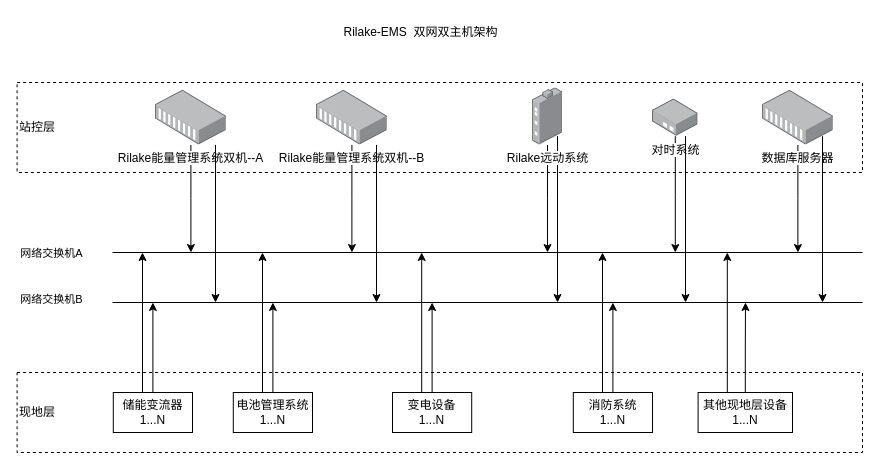
Before: page "第 1 页" (1 of 2) of ems.drawio in 4yu/funeng, a draw.io diagram. Source tidied: cells renumbered, new cells numbered last; positions are measured from the earlier drawing's top-left corner, leaving out a move shared by most shapes. Both pictures are drawn from the tidied source at 100%, with x=0, y=0 at pixel (17, 17).
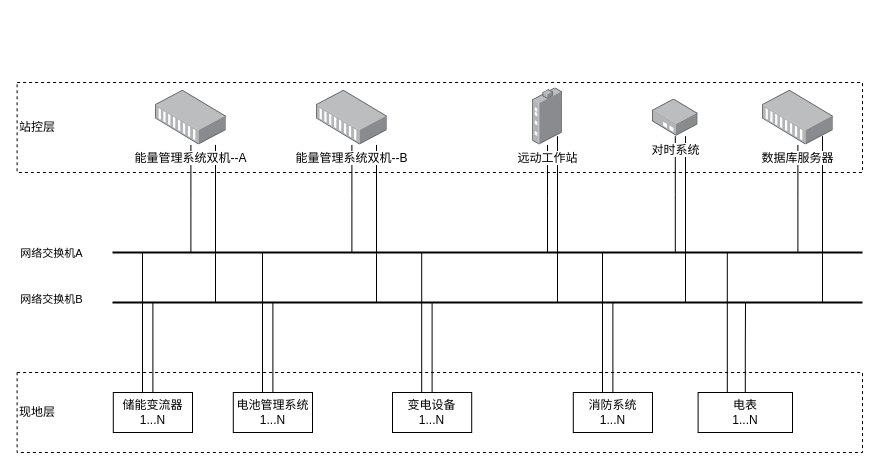
Above is the later version.

Unchanged cells that the change refers to:
```xml
<mxCell id="24" value="储能变流器1...N" style="rounded=0;whiteSpace=wrap;html=1;" parent="1" vertex="1">
  <mxGeometry x="95.8" y="375" width="79.2" height="40" as="geometry" />
</mxCell>
<mxCell id="27" value="电池管理系统1...N" style="rounded=0;whiteSpace=wrap;html=1;" parent="1" vertex="1">
  <mxGeometry x="215.8" y="375" width="79.2" height="40" as="geometry" />
</mxCell>
<mxCell id="30" value="变电设备&lt;br&gt;1...N" style="rounded=0;whiteSpace=wrap;html=1;" parent="1" vertex="1">
  <mxGeometry x="375" y="375" width="79.2" height="40" as="geometry" />
</mxCell>
<mxCell id="33" value="消防系统&lt;br&gt;1...N" style="rounded=0;whiteSpace=wrap;html=1;" parent="1" vertex="1">
  <mxGeometry x="555.8" y="375" width="79.2" height="40" as="geometry" />
</mxCell>
```

Change to the diagram source:
```diff
@@
-    <mxCell id="4" style="edgeStyle=orthogonalEdgeStyle;rounded=0;jettySize=auto;html=1;" parent="1" edge="1" source="5">
+    <mxCell id="4" style="edgeStyle=orthogonalEdgeStyle;rounded=0;jettySize=auto;html=1;endArrow=none;endFill=0;" parent="1" edge="1" source="5">
       <mxGeometry relative="1" as="geometry">
         <mxPoint x="657.8" y="235" as="targetPoint" />
       </mxGeometry>
     </mxCell>
-    <mxCell id="5" value="对时系统" style="image;points=[];html=1;align=center;shadow=0;dashed=0;image=img/lib/allied_telesis/media_converters/Media_Converter_Standalone.svg;" parent="1" vertex="1">
-      <mxGeometry x="635" y="81.5" width="45.6" height="37.2" as="geometry" />
-    </mxCell>
-    <mxCell id="6" style="edgeStyle=orthogonalEdgeStyle;rounded=0;jettySize=auto;html=1;" parent="1" edge="1" source="7">
+    <mxCell id="6" style="edgeStyle=orthogonalEdgeStyle;rounded=0;jettySize=auto;html=1;endArrow=none;endFill=0;" parent="1" edge="1" source="7">
       <mxGeometry relative="1" as="geometry">
         <mxPoint x="173.4" y="235" as="targetPoint" />
       </mxGeometry>
     </mxCell>
-    <mxCell id="7" value="Rilake能量管理系统双机--A" style="image;points=[];html=1;align=center;shadow=0;dashed=0;image=img/lib/allied_telesis/media_converters/Media_Converter_Modular.svg;" parent="1" vertex="1">
-      <mxGeometry x="138" y="72.8" width="70.8" height="54.6" as="geometry" />
-    </mxCell>
-    <mxCell id="8" style="edgeStyle=orthogonalEdgeStyle;rounded=0;jettySize=auto;html=1;" parent="1" edge="1" source="20">
+    <mxCell id="8" style="edgeStyle=orthogonalEdgeStyle;rounded=0;jettySize=auto;html=1;endArrow=none;endFill=0;" parent="1" edge="1" source="20">
       <mxGeometry relative="1" as="geometry">
         <mxPoint x="530" y="235" as="targetPoint" />
       </mxGeometry>
     </mxCell>
-    <mxCell id="9" style="edgeStyle=orthogonalEdgeStyle;rounded=0;jettySize=auto;html=1;" parent="1" edge="1" source="10">
+    <mxCell id="9" style="edgeStyle=orthogonalEdgeStyle;rounded=0;jettySize=auto;html=1;endArrow=none;endFill=0;" parent="1" edge="1" source="10">
       <mxGeometry relative="1" as="geometry">
         <mxPoint x="780.4" y="235" as="targetPoint" />
       </mxGeometry>
     </mxCell>
-    <mxCell id="10" value="数据库服务器" style="image;points=[];html=1;align=center;shadow=0;dashed=0;image=img/lib/allied_telesis/media_converters/Media_Converter_Modular.svg;" parent="1" vertex="1">
-      <mxGeometry x="745" y="72.8" width="70.8" height="54.6" as="geometry" />
-    </mxCell>
-    <mxCell id="11" style="edgeStyle=orthogonalEdgeStyle;rounded=0;jettySize=auto;html=1;" parent="1" edge="1" source="12">
+    <mxCell id="11" style="edgeStyle=orthogonalEdgeStyle;rounded=0;jettySize=auto;html=1;endArrow=none;endFill=0;" parent="1" edge="1" source="12">
       <mxGeometry relative="1" as="geometry">
         <mxPoint x="334.4" y="235" as="targetPoint" />
       </mxGeometry>
     </mxCell>
-    <mxCell id="12" value="Rilake能量管理系统双机--B" style="image;points=[];html=1;align=center;shadow=0;dashed=0;image=img/lib/allied_telesis/media_converters/Media_Converter_Modular.svg;" parent="1" vertex="1">
-      <mxGeometry x="299" y="72.8" width="70.8" height="54.6" as="geometry" />
-    </mxCell>
-    <mxCell id="13" style="endArrow=none;html=1;rounded=0;" parent="1" edge="1">
+    <mxCell id="13" style="endArrow=none;html=1;rounded=0;strokeWidth=2;" parent="1" edge="1">
       <mxGeometry relative="1" as="geometry">
         <mxPoint x="95" y="235" as="sourcePoint" />
         <mxPoint x="845" y="235" as="targetPoint" />
       </mxGeometry>
     </mxCell>
@@
-    <mxCell id="15" style="endArrow=none;html=1;rounded=0;" parent="1" edge="1">
+    <mxCell id="15" style="endArrow=none;html=1;rounded=0;strokeWidth=2;" parent="1" edge="1">
       <mxGeometry relative="1" as="geometry">
         <mxPoint x="95" y="285" as="sourcePoint" />
         <mxPoint x="845" y="285" as="targetPoint" />
       </mxGeometry>
     </mxCell>
@@
-    <mxCell id="17" style="edgeStyle=orthogonalEdgeStyle;rounded=0;orthogonalLoop=1;jettySize=auto;html=1;" parent="1" edge="1">
+    <mxCell id="17" style="edgeStyle=orthogonalEdgeStyle;rounded=0;orthogonalLoop=1;jettySize=auto;html=1;endArrow=none;endFill=0;" parent="1" edge="1">
       <mxGeometry relative="1" as="geometry">
         <mxPoint x="198" y="127.4" as="sourcePoint" />
         <mxPoint x="198" y="285" as="targetPoint" />
       </mxGeometry>
     </mxCell>
-    <mxCell id="18" style="edgeStyle=orthogonalEdgeStyle;rounded=0;orthogonalLoop=1;jettySize=auto;html=1;" parent="1" edge="1">
+    <mxCell id="18" style="edgeStyle=orthogonalEdgeStyle;rounded=0;orthogonalLoop=1;jettySize=auto;html=1;endArrow=none;endFill=0;" parent="1" edge="1">
       <mxGeometry relative="1" as="geometry">
         <mxPoint x="359" y="127.4" as="sourcePoint" />
         <mxPoint x="359" y="285" as="targetPoint" />
       </mxGeometry>
     </mxCell>
-    <mxCell id="19" style="edgeStyle=orthogonalEdgeStyle;rounded=0;orthogonalLoop=1;jettySize=auto;html=1;" parent="1" edge="1">
+    <mxCell id="19" style="edgeStyle=orthogonalEdgeStyle;rounded=0;orthogonalLoop=1;jettySize=auto;html=1;endArrow=none;endFill=0;" parent="1" edge="1">
       <mxGeometry relative="1" as="geometry">
         <mxPoint x="540" y="118.7" as="sourcePoint" />
         <mxPoint x="540" y="285" as="targetPoint" />
       </mxGeometry>
     </mxCell>
-    <mxCell id="20" value="Rilake远动系统" style="image;points=[];html=1;align=center;shadow=0;dashed=0;image=img/lib/allied_telesis/media_converters/Industrial_Media_Converter.svg;" parent="1" vertex="1">
+    <mxCell id="20" value="远动工作站" style="image;points=[];html=1;align=center;shadow=0;dashed=0;image=img/lib/allied_telesis/media_converters/Industrial_Media_Converter.svg;" parent="1" vertex="1">
       <mxGeometry x="515" y="70.4" width="30" height="57" as="geometry" />
     </mxCell>
-    <mxCell id="21" style="edgeStyle=orthogonalEdgeStyle;rounded=0;orthogonalLoop=1;jettySize=auto;html=1;" parent="1" edge="1">
+    <mxCell id="21" style="edgeStyle=orthogonalEdgeStyle;rounded=0;orthogonalLoop=1;jettySize=auto;html=1;endArrow=none;endFill=0;" parent="1" edge="1">
       <mxGeometry relative="1" as="geometry">
         <mxPoint x="668" y="118.7" as="sourcePoint" />
         <mxPoint x="668" y="285" as="targetPoint" />
       </mxGeometry>
     </mxCell>
-    <mxCell id="22" style="edgeStyle=orthogonalEdgeStyle;rounded=0;orthogonalLoop=1;jettySize=auto;html=1;" parent="1" edge="1">
+    <mxCell id="22" style="edgeStyle=orthogonalEdgeStyle;rounded=0;orthogonalLoop=1;jettySize=auto;html=1;endArrow=none;endFill=0;" parent="1" edge="1">
       <mxGeometry relative="1" as="geometry">
         <mxPoint x="805" y="118.7" as="sourcePoint" />
         <mxPoint x="805" y="285" as="targetPoint" />
       </mxGeometry>
     </mxCell>
-    <mxCell id="23" style="edgeStyle=orthogonalEdgeStyle;rounded=0;jettySize=auto;html=1;" parent="1" edge="1" source="24">
+    <mxCell id="23" style="edgeStyle=orthogonalEdgeStyle;rounded=0;jettySize=auto;html=1;endArrow=none;endFill=0;" parent="1" edge="1" source="24">
       <mxGeometry relative="1" as="geometry">
         <mxPoint x="135.4" y="285" as="targetPoint" />
       </mxGeometry>
     </mxCell>
@@
-    <mxCell id="25" style="edgeStyle=orthogonalEdgeStyle;rounded=0;orthogonalLoop=1;jettySize=auto;html=1;" parent="1" edge="1">
+    <mxCell id="25" style="edgeStyle=orthogonalEdgeStyle;rounded=0;orthogonalLoop=1;jettySize=auto;html=1;endArrow=none;endFill=0;" parent="1" edge="1">
       <mxGeometry relative="1" as="geometry">
         <mxPoint x="125" y="375" as="sourcePoint" />
         <mxPoint x="125" y="235" as="targetPoint" />
       </mxGeometry>
     </mxCell>
-    <mxCell id="26" style="edgeStyle=orthogonalEdgeStyle;rounded=0;jettySize=auto;html=1;" parent="1" edge="1" source="27">
+    <mxCell id="26" style="edgeStyle=orthogonalEdgeStyle;rounded=0;jettySize=auto;html=1;endArrow=none;endFill=0;" parent="1" edge="1" source="27">
       <mxGeometry relative="1" as="geometry">
         <mxPoint x="255.4" y="285" as="targetPoint" />
       </mxGeometry>
     </mxCell>
@@
-    <mxCell id="28" style="edgeStyle=orthogonalEdgeStyle;rounded=0;orthogonalLoop=1;jettySize=auto;html=1;" parent="1" edge="1">
+    <mxCell id="28" style="edgeStyle=orthogonalEdgeStyle;rounded=0;orthogonalLoop=1;jettySize=auto;html=1;endArrow=none;endFill=0;" parent="1" edge="1">
       <mxGeometry relative="1" as="geometry">
         <mxPoint x="245" y="375" as="sourcePoint" />
         <mxPoint x="245" y="235" as="targetPoint" />
       </mxGeometry>
     </mxCell>
-    <mxCell id="29" style="edgeStyle=orthogonalEdgeStyle;rounded=0;jettySize=auto;html=1;" parent="1" edge="1" source="30">
+    <mxCell id="29" style="edgeStyle=orthogonalEdgeStyle;rounded=0;jettySize=auto;html=1;endArrow=none;endFill=0;" parent="1" edge="1" source="30">
       <mxGeometry relative="1" as="geometry">
         <mxPoint x="414.6" y="285" as="targetPoint" />
       </mxGeometry>
     </mxCell>
@@
-    <mxCell id="31" style="edgeStyle=orthogonalEdgeStyle;rounded=0;orthogonalLoop=1;jettySize=auto;html=1;" parent="1" edge="1">
+    <mxCell id="31" style="edgeStyle=orthogonalEdgeStyle;rounded=0;orthogonalLoop=1;jettySize=auto;html=1;endArrow=none;endFill=0;" parent="1" edge="1">
       <mxGeometry relative="1" as="geometry">
         <mxPoint x="404.2" y="375" as="sourcePoint" />
         <mxPoint x="404.2" y="235" as="targetPoint" />
       </mxGeometry>
     </mxCell>
-    <mxCell id="32" style="edgeStyle=orthogonalEdgeStyle;rounded=0;jettySize=auto;html=1;" parent="1" edge="1" source="33">
+    <mxCell id="32" style="edgeStyle=orthogonalEdgeStyle;rounded=0;jettySize=auto;html=1;endArrow=none;endFill=0;" parent="1" edge="1" source="33">
       <mxGeometry relative="1" as="geometry">
         <mxPoint x="595.4" y="285" as="targetPoint" />
       </mxGeometry>
     </mxCell>
@@
-    <mxCell id="34" style="edgeStyle=orthogonalEdgeStyle;rounded=0;orthogonalLoop=1;jettySize=auto;html=1;" parent="1" edge="1">
+    <mxCell id="34" style="edgeStyle=orthogonalEdgeStyle;rounded=0;orthogonalLoop=1;jettySize=auto;html=1;endArrow=none;endFill=0;" parent="1" edge="1">
       <mxGeometry relative="1" as="geometry">
         <mxPoint x="585" y="375" as="sourcePoint" />
         <mxPoint x="585" y="235" as="targetPoint" />
       </mxGeometry>
     </mxCell>
-    <mxCell id="35" style="edgeStyle=orthogonalEdgeStyle;rounded=0;jettySize=auto;html=1;" parent="1" edge="1" source="36">
+    <mxCell id="35" style="edgeStyle=orthogonalEdgeStyle;rounded=0;jettySize=auto;html=1;endArrow=none;endFill=0;" parent="1" edge="1" source="36">
       <mxGeometry relative="1" as="geometry">
         <mxPoint x="728" y="285" as="targetPoint" />
       </mxGeometry>
     </mxCell>
-    <mxCell id="36" value="其他现地层设备&lt;br&gt;1...N" style="rounded=0;whiteSpace=wrap;html=1;" parent="1" vertex="1">
+    <mxCell id="36" value="电表&lt;br&gt;1...N" style="rounded=0;whiteSpace=wrap;html=1;" parent="1" vertex="1">
       <mxGeometry x="680.6" y="375" width="94.4" height="40" as="geometry" />
     </mxCell>
-    <mxCell id="37" style="edgeStyle=orthogonalEdgeStyle;rounded=0;orthogonalLoop=1;jettySize=auto;html=1;" parent="1" edge="1">
+    <mxCell id="37" style="edgeStyle=orthogonalEdgeStyle;rounded=0;orthogonalLoop=1;jettySize=auto;html=1;endArrow=none;endFill=0;" parent="1" edge="1">
       <mxGeometry relative="1" as="geometry">
         <mxPoint x="709.8" y="375" as="sourcePoint" />
         <mxPoint x="709.8" y="235" as="targetPoint" />
       </mxGeometry>
     </mxCell>
-    <mxCell id="38" value="Rilake-EMS&amp;nbsp; 双网双主机架构" style="text;html=1;strokeColor=none;fillColor=none;align=center;verticalAlign=middle;whiteSpace=wrap;rounded=0;" parent="1" vertex="1">
-      <mxGeometry x="276" width="255" height="30" as="geometry" />
-    </mxCell>
+    <mxCell id="12" value="能量管理系统双机--B" style="image;points=[];html=1;align=center;shadow=0;dashed=0;image=img/lib/allied_telesis/media_converters/Media_Converter_Modular.svg;" parent="1" vertex="1">
+      <mxGeometry x="299" y="72.8" width="70.8" height="54.6" as="geometry" />
+    </mxCell>
+    <mxCell id="5" value="对时系统" style="image;points=[];html=1;align=center;shadow=0;dashed=0;image=img/lib/allied_telesis/media_converters/Media_Converter_Standalone.svg;" parent="1" vertex="1">
+      <mxGeometry x="635" y="81.5" width="45.6" height="37.2" as="geometry" />
+    </mxCell>
+    <mxCell id="10" value="数据库服务器" style="image;points=[];html=1;align=center;shadow=0;dashed=0;image=img/lib/allied_telesis/media_converters/Media_Converter_Modular.svg;" parent="1" vertex="1">
+      <mxGeometry x="745" y="72.8" width="70.8" height="54.6" as="geometry" />
+    </mxCell>
+    <mxCell id="7" value="能量管理系统双机--A" style="image;points=[];html=1;align=center;shadow=0;dashed=0;image=img/lib/allied_telesis/media_converters/Media_Converter_Modular.svg;" parent="1" vertex="1">
+      <mxGeometry x="138" y="72.8" width="70.8" height="54.6" as="geometry" />
+    </mxCell>
```
